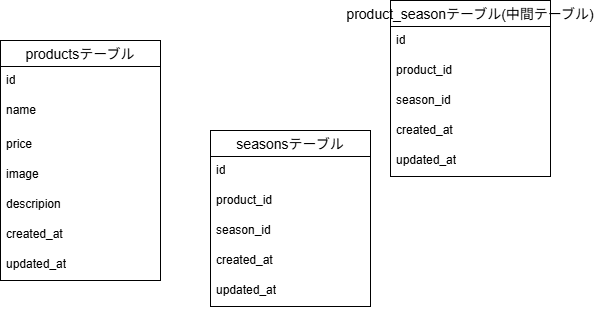
Before: .drawio.png, a diagram exported from draw.io (tmm18/ec-freshly-picked-test). Source tidied: cells renumbered, new cells last; positions are measured from the earlier drawing's top-left corner, leaving out a move shared by most shapes.
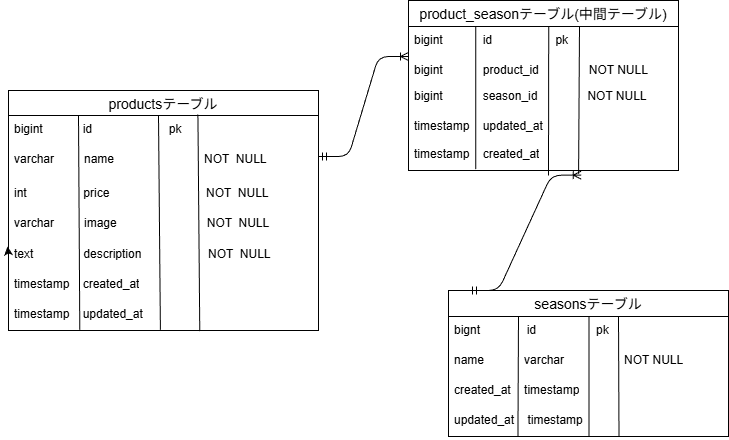
The same file after the commit.

Change to the diagram source:
```diff
@@ -2,65 +2,129 @@
   <root>
     <mxCell id="0" />
     <mxCell id="1" parent="0" />
-    <mxCell id="2" value="productsテーブル" style="swimlane;fontStyle=0;horizontal=1;startSize=26;align=center;fontSize=14;" parent="1" vertex="1">
-      <mxGeometry y="40" width="160" height="240" as="geometry" />
+    <mxCell id="2" value="productsテーブル" style="swimlane;fontStyle=0;horizontal=1;startSize=25;align=center;fontSize=14;shadow=0;" parent="1" vertex="1">
+      <mxGeometry x="-10" y="40" width="310" height="240" as="geometry" />
     </mxCell>
-    <mxCell id="3" value="id" style="text;strokeColor=none;fillColor=none;spacingLeft=4;spacingRight=4;overflow=hidden;points=[[0,0.5],[1,0.5]];portConstraint=eastwest;fontSize=12;whiteSpace=wrap;html=1;" parent="2" vertex="1">
-      <mxGeometry y="26" width="160" height="30" as="geometry" />
+    <mxCell id="3" value="bigint&amp;nbsp; &amp;nbsp; &amp;nbsp; &amp;nbsp; &amp;nbsp; &amp;nbsp; id&amp;nbsp; &amp;nbsp; &amp;nbsp; &amp;nbsp; &amp;nbsp; &amp;nbsp; &amp;nbsp; &amp;nbsp; &amp;nbsp; &amp;nbsp; &amp;nbsp; &amp;nbsp;pk&amp;nbsp; &amp;nbsp; &amp;nbsp; &amp;nbsp; &amp;nbsp; &amp;nbsp;&amp;nbsp;" style="text;strokeColor=none;fillColor=none;spacingLeft=4;spacingRight=4;overflow=hidden;points=[[0,0.5],[1,0.5]];portConstraint=eastwest;fontSize=12;whiteSpace=wrap;html=1;" parent="2" vertex="1">
+      <mxGeometry y="25" width="310" height="30" as="geometry" />
     </mxCell>
+    <mxCell id="22" style="endArrow=none;html=1;rounded=0;entryX=0.245;entryY=0.078;entryDx=0;entryDy=0;entryPerimeter=0;exitX=0.49;exitY=0.978;exitDx=0;exitDy=0;exitPerimeter=0;" parent="2" edge="1" source="9">
+      <mxGeometry relative="1" as="geometry">
+        <mxPoint x="150" y="25" as="targetPoint" />
+      </mxGeometry>
+    </mxCell>
-    <mxCell id="4" value="name" style="text;strokeColor=none;fillColor=none;spacingLeft=4;spacingRight=4;overflow=hidden;fontSize=12;whiteSpace=wrap;html=1;" parent="2" vertex="1">
-      <mxGeometry y="56" width="160" height="34" as="geometry" />
+    <mxCell id="4" value="varchar&amp;nbsp; &amp;nbsp; &amp;nbsp; &amp;nbsp; &amp;nbsp;name&amp;nbsp; &amp;nbsp; &amp;nbsp; &amp;nbsp; &amp;nbsp; &amp;nbsp; &amp;nbsp; &amp;nbsp; &amp;nbsp; &amp;nbsp; &amp;nbsp; &amp;nbsp; &amp;nbsp; &amp;nbsp;&lt;span style=&quot;color: rgb(0, 0, 0);&quot;&gt;NOT&amp;nbsp; NULL&amp;nbsp;&lt;/span&gt;" style="text;strokeColor=none;fillColor=none;spacingLeft=4;spacingRight=4;overflow=hidden;fontSize=12;whiteSpace=wrap;html=1;" parent="2" vertex="1">
+      <mxGeometry y="55" width="310" height="34" as="geometry" />
     </mxCell>
+    <mxCell id="23" style="endArrow=none;html=1;rounded=0;entryX=0.245;entryY=0.078;entryDx=0;entryDy=0;entryPerimeter=0;exitX=0.23;exitY=0.978;exitDx=0;exitDy=0;exitPerimeter=0;" parent="2" edge="1" source="9">
+      <mxGeometry relative="1" as="geometry">
+        <mxPoint x="70" y="25" as="targetPoint" />
+      </mxGeometry>
+    </mxCell>
-    <mxCell id="5" value="price" style="text;strokeColor=none;fillColor=none;spacingLeft=4;spacingRight=4;overflow=hidden;fontSize=12;whiteSpace=wrap;html=1;" parent="2" vertex="1">
-      <mxGeometry y="90" width="160" height="30" as="geometry" />
+    <mxCell id="5" value="int&amp;nbsp; &amp;nbsp; &amp;nbsp; &amp;nbsp; &amp;nbsp; &amp;nbsp; &amp;nbsp; &amp;nbsp; &amp;nbsp;price&amp;nbsp; &amp;nbsp; &amp;nbsp; &amp;nbsp; &amp;nbsp; &amp;nbsp; &amp;nbsp; &amp;nbsp; &amp;nbsp; &amp;nbsp; &amp;nbsp; &amp;nbsp; &amp;nbsp; &amp;nbsp; &amp;nbsp;&lt;span style=&quot;color: rgb(0, 0, 0);&quot;&gt;NOT&amp;nbsp; NULL&amp;nbsp;&lt;/span&gt;" style="text;strokeColor=none;fillColor=none;spacingLeft=4;spacingRight=4;overflow=hidden;fontSize=12;whiteSpace=wrap;html=1;" parent="2" vertex="1">
+      <mxGeometry y="89" width="310" height="30" as="geometry" />
     </mxCell>
+    <mxCell id="24" style="endArrow=none;html=1;rounded=0;exitX=0.617;exitY=1.022;exitDx=0;exitDy=0;exitPerimeter=0;entryX=0.611;entryY=-0.033;entryDx=0;entryDy=0;entryPerimeter=0;" parent="2" edge="1" source="9" target="3">
+      <mxGeometry relative="1" as="geometry" />
+    </mxCell>
-    <mxCell id="6" value="image" style="text;strokeColor=none;fillColor=none;spacingLeft=4;spacingRight=4;overflow=hidden;fontSize=12;whiteSpace=wrap;html=1;" parent="2" vertex="1">
-      <mxGeometry y="120" width="160" height="30" as="geometry" />
+    <mxCell id="6" value="varchar&amp;nbsp; &amp;nbsp; &amp;nbsp; &amp;nbsp; &amp;nbsp;image&amp;nbsp; &amp;nbsp; &amp;nbsp; &amp;nbsp; &amp;nbsp; &amp;nbsp; &amp;nbsp; &amp;nbsp; &amp;nbsp; &amp;nbsp; &amp;nbsp; &amp;nbsp; &amp;nbsp; &amp;nbsp;&lt;span style=&quot;color: rgb(0, 0, 0);&quot;&gt;NOT&amp;nbsp; NULL&amp;nbsp;&lt;/span&gt;" style="text;strokeColor=none;fillColor=none;spacingLeft=4;spacingRight=4;overflow=hidden;fontSize=12;whiteSpace=wrap;html=1;" parent="2" vertex="1">
+      <mxGeometry y="119" width="310" height="31" as="geometry" />
     </mxCell>
-    <mxCell id="7" value="descripion" style="text;strokeColor=none;fillColor=none;spacingLeft=4;spacingRight=4;overflow=hidden;points=[[0,0.5],[1,0.5]];portConstraint=eastwest;fontSize=12;whiteSpace=wrap;html=1;" parent="2" vertex="1">
-      <mxGeometry y="150" width="160" height="30" as="geometry" />
+    <mxCell id="7" value="text&amp;nbsp; &amp;nbsp; &amp;nbsp; &amp;nbsp; &amp;nbsp; &amp;nbsp; &amp;nbsp; &amp;nbsp;description&amp;nbsp; &amp;nbsp; &amp;nbsp; &amp;nbsp; &amp;nbsp; &amp;nbsp; &amp;nbsp; &amp;nbsp; &amp;nbsp; &amp;nbsp;&amp;nbsp;&lt;span style=&quot;color: rgb(0, 0, 0);&quot;&gt;NOT&amp;nbsp; NULL&amp;nbsp;&lt;/span&gt;" style="text;strokeColor=none;fillColor=none;spacingLeft=4;spacingRight=4;overflow=hidden;points=[[0,0.5],[1,0.5]];portConstraint=eastwest;fontSize=12;whiteSpace=wrap;html=1;" parent="2" vertex="1">
+      <mxGeometry y="150" width="310" height="30" as="geometry" />
     </mxCell>
-    <mxCell id="8" value="created_at" style="text;strokeColor=none;fillColor=none;spacingLeft=4;spacingRight=4;overflow=hidden;fontSize=12;whiteSpace=wrap;html=1;" parent="2" vertex="1">
-      <mxGeometry y="180" width="160" height="30" as="geometry" />
+    <mxCell id="8" value="timestamp&amp;nbsp; &amp;nbsp; created_at" style="text;strokeColor=none;fillColor=none;spacingLeft=4;spacingRight=4;overflow=hidden;fontSize=12;whiteSpace=wrap;html=1;" parent="2" vertex="1">
+      <mxGeometry y="180" width="310" height="30" as="geometry" />
     </mxCell>
+    <mxCell id="25" style="edgeStyle=none;html=1;exitX=0;exitY=0.5;exitDx=0;exitDy=0;entryX=-0.003;entryY=0.2;entryDx=0;entryDy=0;entryPerimeter=0;" parent="2" edge="1" source="7" target="7">
+      <mxGeometry relative="1" as="geometry" />
+    </mxCell>
-    <mxCell id="9" value="updated_at" style="text;strokeColor=none;fillColor=none;spacingLeft=4;spacingRight=4;overflow=hidden;points=[[0,0.5],[1,0.5]];portConstraint=eastwest;fontSize=12;whiteSpace=wrap;html=1;" parent="2" vertex="1">
-      <mxGeometry y="210" width="160" height="30" as="geometry" />
+    <mxCell id="9" value="&lt;span style=&quot;color: rgb(0, 0, 0);&quot;&gt;timestamp&amp;nbsp; &amp;nbsp;&amp;nbsp;&lt;/span&gt;updated_at" style="text;strokeColor=none;fillColor=none;spacingLeft=4;spacingRight=4;overflow=hidden;points=[[0,0.5],[1,0.5]];portConstraint=eastwest;fontSize=12;whiteSpace=wrap;html=1;" parent="2" vertex="1">
+      <mxGeometry y="210" width="310" height="30" as="geometry" />
     </mxCell>
     <mxCell id="10" value="seasonsテーブル" style="swimlane;fontStyle=0;horizontal=1;startSize=26;align=center;fontSize=14;" parent="1" vertex="1">
-      <mxGeometry x="210" y="130" width="160" height="176" as="geometry" />
+      <mxGeometry x="430" y="240" width="280" height="146" as="geometry" />
     </mxCell>
-    <mxCell id="11" value="id" style="text;strokeColor=none;fillColor=none;spacingLeft=4;spacingRight=4;overflow=hidden;fontSize=12;whiteSpace=wrap;html=1;" parent="10" vertex="1">
-      <mxGeometry y="26" width="160" height="30" as="geometry" />
+    <mxCell id="11" value="bignt&amp;nbsp; &amp;nbsp; &amp;nbsp; &amp;nbsp; &amp;nbsp; &amp;nbsp; &amp;nbsp; id&amp;nbsp; &amp;nbsp; &amp;nbsp; &amp;nbsp; &amp;nbsp; &amp;nbsp; &amp;nbsp; &amp;nbsp; &amp;nbsp; pk" style="text;strokeColor=none;fillColor=none;spacingLeft=4;spacingRight=4;overflow=hidden;fontSize=12;whiteSpace=wrap;html=1;" parent="10" vertex="1">
+      <mxGeometry y="26" width="280" height="30" as="geometry" />
     </mxCell>
+    <mxCell id="26" style="endArrow=none;html=1;rounded=0;entryX=0.245;entryY=0.078;entryDx=0;entryDy=0;entryPerimeter=0;exitX=0.502;exitY=1.011;exitDx=0;exitDy=0;exitPerimeter=0;" parent="10" edge="1">
+      <mxGeometry relative="1" as="geometry">
+        <mxPoint x="170.5" y="146" as="sourcePoint" />
+        <mxPoint x="170" y="26" as="targetPoint" />
+      </mxGeometry>
+    </mxCell>
-    <mxCell id="12" value="product_id" style="text;strokeColor=none;fillColor=none;spacingLeft=4;spacingRight=4;overflow=hidden;fontSize=12;whiteSpace=wrap;html=1;" parent="10" vertex="1">
-      <mxGeometry y="56" width="160" height="30" as="geometry" />
+    <mxCell id="12" value="name&amp;nbsp; &amp;nbsp; &amp;nbsp; &amp;nbsp; &amp;nbsp; &amp;nbsp; varchar&amp;nbsp; &amp;nbsp; &amp;nbsp; &amp;nbsp; &amp;nbsp; &amp;nbsp; &amp;nbsp; &amp;nbsp; &amp;nbsp; NOT NULL" style="text;strokeColor=none;fillColor=none;spacingLeft=4;spacingRight=4;overflow=hidden;fontSize=12;whiteSpace=wrap;html=1;" parent="10" vertex="1">
+      <mxGeometry y="56" width="280" height="30" as="geometry" />
     </mxCell>
-    <mxCell id="13" value="season_id" style="text;strokeColor=none;fillColor=none;spacingLeft=4;spacingRight=4;overflow=hidden;fontSize=12;whiteSpace=wrap;html=1;" parent="10" vertex="1">
-      <mxGeometry y="86" width="160" height="30" as="geometry" />
-    </mxCell>
+    <mxCell id="27" style="endArrow=none;html=1;rounded=0;entryX=0.245;entryY=0.078;entryDx=0;entryDy=0;entryPerimeter=0;exitX=0.248;exitY=1.011;exitDx=0;exitDy=0;exitPerimeter=0;" parent="10" edge="1" source="15">
+      <mxGeometry relative="1" as="geometry">
+        <mxPoint x="70" y="26" as="targetPoint" />
+      </mxGeometry>
+    </mxCell>
+    <mxCell id="28" style="endArrow=none;html=1;rounded=0;entryX=0.245;entryY=0.078;entryDx=0;entryDy=0;entryPerimeter=0;exitX=0.502;exitY=1.011;exitDx=0;exitDy=0;exitPerimeter=0;" parent="10" edge="1" source="15">
+      <mxGeometry relative="1" as="geometry">
+        <mxPoint x="140.5" y="26" as="targetPoint" />
+      </mxGeometry>
+    </mxCell>
-    <mxCell id="14" value="created_at" style="text;strokeColor=none;fillColor=none;spacingLeft=4;spacingRight=4;overflow=hidden;fontSize=12;whiteSpace=wrap;html=1;" parent="10" vertex="1">
-      <mxGeometry y="116" width="160" height="30" as="geometry" />
+    <mxCell id="14" value="created_at&amp;nbsp; &amp;nbsp; timestamp&lt;div&gt;&lt;span style=&quot;color: rgb(0, 0, 0);&quot;&gt;&lt;br&gt;&lt;/span&gt;&lt;/div&gt;" style="text;strokeColor=none;fillColor=none;spacingLeft=4;spacingRight=4;overflow=hidden;fontSize=12;whiteSpace=wrap;html=1;" parent="10" vertex="1">
+      <mxGeometry y="86" width="280" height="30" as="geometry" />
     </mxCell>
-    <mxCell id="15" value="updated_at" style="text;strokeColor=none;fillColor=none;spacingLeft=4;spacingRight=4;overflow=hidden;points=[[0,0.5],[1,0.5]];portConstraint=eastwest;fontSize=12;whiteSpace=wrap;html=1;" parent="10" vertex="1">
-      <mxGeometry y="146" width="160" height="30" as="geometry" />
+    <mxCell id="15" value="updated_at&amp;nbsp; &amp;nbsp;&lt;span style=&quot;color: rgb(0, 0, 0);&quot;&gt;&amp;nbsp;timestamp&lt;/span&gt;" style="text;strokeColor=none;fillColor=none;spacingLeft=4;spacingRight=4;overflow=hidden;points=[[0,0.5],[1,0.5]];portConstraint=eastwest;fontSize=12;whiteSpace=wrap;html=1;" parent="10" vertex="1">
+      <mxGeometry y="116" width="280" height="30" as="geometry" />
     </mxCell>
     <mxCell id="16" value="product_seasonテーブル(中間テーブル)" style="swimlane;fontStyle=0;horizontal=1;startSize=26;align=center;fontSize=14;" parent="1" vertex="1">
-      <mxGeometry x="390" width="160" height="176" as="geometry" />
+      <mxGeometry x="390" y="-50" width="270" height="170" as="geometry" />
     </mxCell>
+    <mxCell id="29" style="endArrow=none;html=1;rounded=0;entryX=0.249;entryY=0.156;entryDx=0;entryDy=0;entryPerimeter=0;exitX=0.249;exitY=0.956;exitDx=0;exitDy=0;exitPerimeter=0;" parent="16" edge="1">
+      <mxGeometry relative="1" as="geometry">
+        <mxPoint x="140" y="175" as="sourcePoint" />
+        <mxPoint x="140.2" y="26" as="targetPoint" />
+      </mxGeometry>
+    </mxCell>
-    <mxCell id="17" value="id" style="text;strokeColor=none;fillColor=none;spacingLeft=4;spacingRight=4;overflow=hidden;fontSize=12;whiteSpace=wrap;html=1;" parent="16" vertex="1">
-      <mxGeometry y="26" width="160" height="30" as="geometry" />
+    <mxCell id="17" value="bigint&amp;nbsp; &amp;nbsp; &amp;nbsp; &amp;nbsp; &amp;nbsp; &amp;nbsp; id&amp;nbsp; &amp;nbsp; &amp;nbsp; &amp;nbsp; &amp;nbsp; &amp;nbsp; &amp;nbsp; &amp;nbsp; &amp;nbsp; &amp;nbsp;pk&amp;nbsp; &amp;nbsp; &amp;nbsp; &amp;nbsp; &amp;nbsp; &amp;nbsp; &amp;nbsp;" style="text;strokeColor=none;fillColor=none;spacingLeft=4;spacingRight=4;overflow=hidden;fontSize=12;whiteSpace=wrap;html=1;" parent="16" vertex="1">
+      <mxGeometry y="26" width="270" height="30" as="geometry" />
     </mxCell>
+    <mxCell id="30" style="endArrow=none;html=1;rounded=0;entryX=0.249;entryY=0.156;entryDx=0;entryDy=0;entryPerimeter=0;exitX=0.249;exitY=0.956;exitDx=0;exitDy=0;exitPerimeter=0;" parent="16" edge="1" source="19">
+      <mxGeometry relative="1" as="geometry">
+        <mxPoint x="67.2" y="26" as="targetPoint" />
+      </mxGeometry>
+    </mxCell>
-    <mxCell id="18" value="product_id" style="text;strokeColor=none;fillColor=none;spacingLeft=4;spacingRight=4;overflow=hidden;fontSize=12;whiteSpace=wrap;html=1;" parent="16" vertex="1">
-      <mxGeometry y="56" width="160" height="30" as="geometry" />
+    <mxCell id="18" value="&lt;span style=&quot;color: rgb(0, 0, 0);&quot;&gt;bigint&amp;nbsp; &amp;nbsp; &amp;nbsp; &amp;nbsp; &amp;nbsp; &amp;nbsp;&amp;nbsp;&lt;/span&gt;product_id&amp;nbsp; &amp;nbsp; &amp;nbsp; &amp;nbsp; &amp;nbsp; &amp;nbsp; &amp;nbsp; &amp;nbsp;NOT NULL&amp;nbsp; &amp;nbsp;&amp;nbsp;" style="text;strokeColor=none;fillColor=none;spacingLeft=4;spacingRight=4;overflow=hidden;fontSize=12;whiteSpace=wrap;html=1;" parent="16" vertex="1">
+      <mxGeometry y="56" width="270" height="26" as="geometry" />
     </mxCell>
-    <mxCell id="19" value="season_id" style="text;strokeColor=none;fillColor=none;spacingLeft=4;spacingRight=4;overflow=hidden;points=[[0,0.5],[1,0.5]];portConstraint=eastwest;fontSize=12;whiteSpace=wrap;html=1;" parent="16" vertex="1">
-      <mxGeometry y="86" width="160" height="30" as="geometry" />
-    </mxCell>
+    <mxCell id="31" style="endArrow=none;html=1;rounded=0;entryX=0.245;entryY=0.078;entryDx=0;entryDy=0;entryPerimeter=0;exitX=0.63;exitY=1.111;exitDx=0;exitDy=0;exitPerimeter=0;" parent="16" edge="1" source="19">
+      <mxGeometry relative="1" as="geometry">
+        <mxPoint x="171" y="26" as="targetPoint" />
+      </mxGeometry>
+    </mxCell>
-    <mxCell id="20" value="created_at" style="text;strokeColor=none;fillColor=none;spacingLeft=4;spacingRight=4;overflow=hidden;fontSize=12;whiteSpace=wrap;html=1;" parent="16" vertex="1">
-      <mxGeometry y="116" width="160" height="30" as="geometry" />
+    <mxCell id="20" value="&lt;span style=&quot;color: rgb(0, 0, 0);&quot;&gt;bigint&amp;nbsp; &amp;nbsp; &amp;nbsp; &amp;nbsp; &amp;nbsp; &amp;nbsp; season&lt;/span&gt;_id&amp;nbsp; &amp;nbsp; &amp;nbsp; &amp;nbsp; &amp;nbsp; &amp;nbsp; &amp;nbsp; &amp;nbsp;NOT NULL&amp;nbsp; &amp;nbsp;&amp;nbsp;" style="text;strokeColor=none;fillColor=none;spacingLeft=4;spacingRight=4;overflow=hidden;fontSize=12;whiteSpace=wrap;html=1;" parent="16" vertex="1">
+      <mxGeometry y="82" width="270" height="30" as="geometry" />
     </mxCell>
-    <mxCell id="21" value="updated_at" style="text;strokeColor=none;fillColor=none;spacingLeft=4;spacingRight=4;overflow=hidden;fontSize=12;whiteSpace=wrap;html=1;" parent="16" vertex="1">
-      <mxGeometry y="146" width="160" height="30" as="geometry" />
+    <mxCell id="21" value="timestamp&amp;nbsp; &amp;nbsp; updated_at" style="text;strokeColor=none;fillColor=none;spacingLeft=4;spacingRight=4;overflow=hidden;fontSize=12;whiteSpace=wrap;html=1;" parent="16" vertex="1">
+      <mxGeometry y="112" width="270" height="28" as="geometry" />
     </mxCell>
+    <mxCell id="32" style="edgeStyle=entityRelationEdgeStyle;fontSize=12;html=1;endArrow=ERoneToMany;startArrow=ERmandOne;" parent="16" edge="1">
+      <mxGeometry relative="1" as="geometry">
+        <mxPoint x="-90" y="156" as="sourcePoint" />
+        <mxPoint y="56" as="targetPoint" />
+      </mxGeometry>
+    </mxCell>
+    <mxCell id="19" value="timestamp&amp;nbsp; &amp;nbsp; created_at" style="text;strokeColor=none;fillColor=none;spacingLeft=4;spacingRight=4;overflow=hidden;points=[[0,0.5],[1,0.5]];portConstraint=eastwest;fontSize=12;whiteSpace=wrap;html=1;" parent="16" vertex="1">
+      <mxGeometry y="140" width="270" height="30" as="geometry" />
+    </mxCell>
+    <mxCell id="33" style="edgeStyle=entityRelationEdgeStyle;fontSize=12;html=1;endArrow=ERoneToMany;startArrow=ERmandOne;entryX=0.64;entryY=1.156;entryDx=0;entryDy=0;entryPerimeter=0;" parent="1" edge="1" target="19">
+      <mxGeometry relative="1" as="geometry">
+        <mxPoint x="450" y="240" as="sourcePoint" />
+        <Array as="points">
+          <mxPoint x="490" y="240" />
+          <mxPoint x="540" y="200" />
+          <mxPoint x="520" y="120" />
+          <mxPoint x="540" y="200" />
+          <mxPoint x="500" y="190" />
+          <mxPoint x="500" y="250" />
+        </Array>
+      </mxGeometry>
+    </mxCell>
   </root>
 </mxGraphModel>
```
